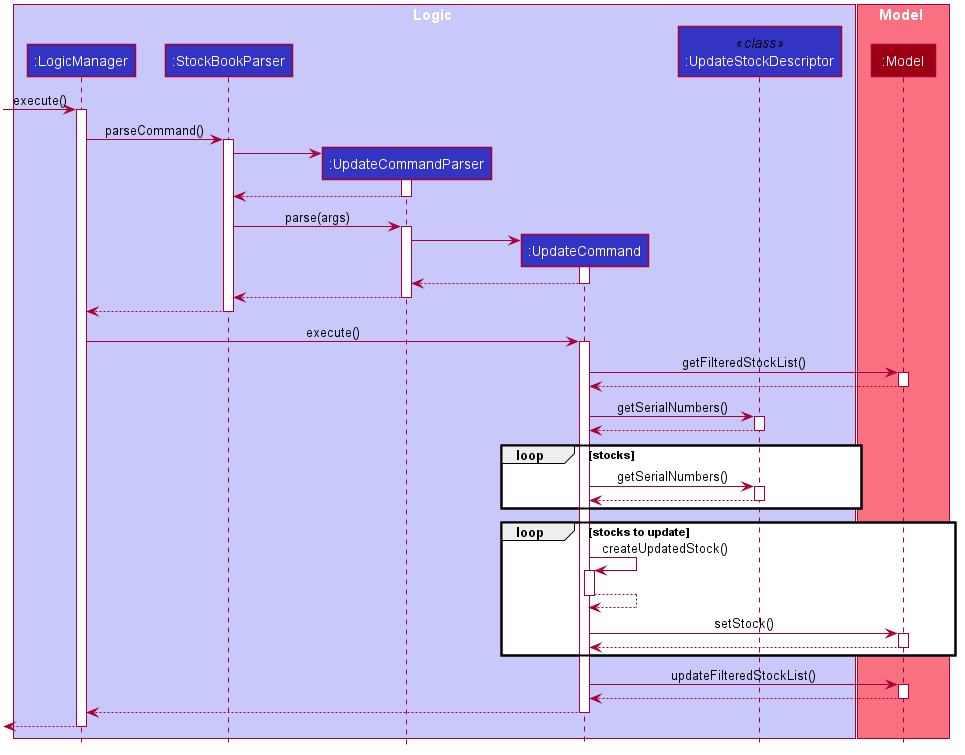
nus-cs2103-AY2021S1/tp keeps this PlantUML diagram as docs/images/UpdateSequenceDiagramExample1.png. Above is the earlier version. The source it was exported from:
```plantuml
@startuml








skinparam BackgroundColor #FFFFFFF

skinparam Shadowing false

skinparam Class {
    FontColor #FFFFFF
    BorderThickness 1
    BorderColor #FFFFFF
    StereotypeFontColor #FFFFFF
    FontName Arial
}

skinparam Actor {
    BorderColor #000000
    Color #000000
    FontName Arial
}

skinparam Sequence {
    MessageAlign center
    BoxFontSize 15
    BoxPadding 0
    BoxFontColor #FFFFFF
    FontName Arial
}

skinparam Participant {
    FontColor #FFFFFFF
    Padding 20
}

skinparam MinClassWidth 50
skinparam ParticipantPadding 10
skinparam Shadowing false
skinparam DefaultTextAlignment center
skinparam packageStyle Rectangle

hide footbox
hide members
hide circle

box Logic #C8C8FA
participant ":LogicManager" as LogicManager #3333C4
participant ":StockBookParser" as StockBookParser #3333C4
participant ":UpdateCommandParser" as UpdateCommandParser #3333C4
participant ":UpdateCommand" as UpdateCommand #3333C4
participant ":UpdateStockDescriptor" as UpdateStockDescriptor << class >> #3333C4
end box

box Model #F97181
participant ":Model" as Model #9D0012
end box

[-> LogicManager : execute()
activate LogicManager

LogicManager -> StockBookParser : parseCommand()
activate StockBookParser

create UpdateCommandParser
StockBookParser -> UpdateCommandParser
activate UpdateCommandParser

UpdateCommandParser --> StockBookParser
deactivate UpdateCommandParser

StockBookParser -> UpdateCommandParser : parse(args)
activate UpdateCommandParser

create UpdateCommand
UpdateCommandParser -> UpdateCommand
activate UpdateCommand

UpdateCommand --> UpdateCommandParser
deactivate UpdateCommand

UpdateCommandParser --> StockBookParser
deactivate UpdateCommandParser

StockBookParser --> LogicManager
deactivate StockBookParser

LogicManager -> UpdateCommand : execute()
activate UpdateCommand

UpdateCommand -> Model : getFilteredStockList()
activate Model

Model --> UpdateCommand
deactivate Model

UpdateCommand -> UpdateStockDescriptor : getSerialNumbers()
activate UpdateStockDescriptor

UpdateStockDescriptor --> UpdateCommand
deactivate UpdateStockDescriptor

loop stocks
    UpdateCommand -> UpdateStockDescriptor : getSerialNumbers()
    activate UpdateStockDescriptor

    UpdateStockDescriptor --> UpdateCommand
    deactivate UpdateStockDescriptor
end

loop stocks to update
    UpdateCommand -> UpdateCommand : createUpdatedStock()
    activate UpdateCommand

    UpdateCommand --> UpdateCommand
    deactivate UpdateCommand

    UpdateCommand -> Model : setStock()
    activate Model

    Model --> UpdateCommand
    deactivate Model
end

UpdateCommand -> Model : updateFilteredStockList()
activate Model

Model --> UpdateCommand
deactivate Model

UpdateCommand --> LogicManager
deactivate UpdateCommand

[<--LogicManager
deactivate LogicManager
@enduml
```
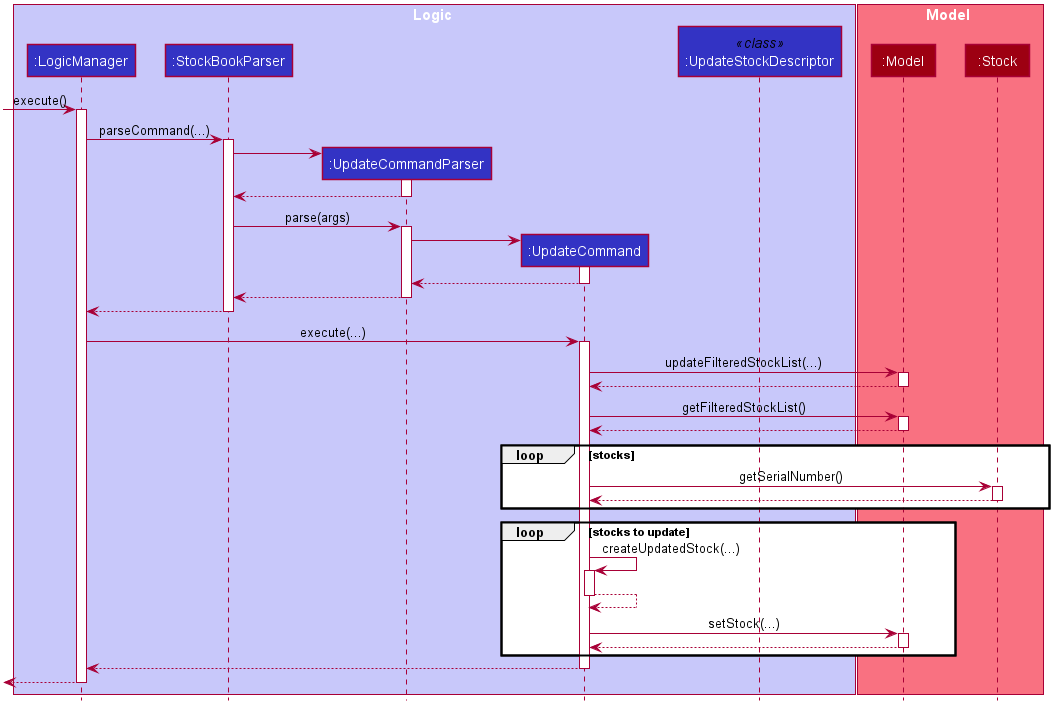
Above is the later version.

Commit message:
Add update activity diagram

What changed in the source:
```diff
@@ -58,12 +58,13 @@
 
 box Model #F97181
 participant ":Model" as Model #9D0012
+participant ":Stock" as Stock #9D0012
 end box
 
 [-> LogicManager : execute()
 activate LogicManager
 
-LogicManager -> StockBookParser : parseCommand()
+LogicManager -> StockBookParser : parseCommand(...)
 activate StockBookParser
 
 create UpdateCommandParser
@@ -89,8 +90,14 @@
 StockBookParser --> LogicManager
 deactivate StockBookParser
 
-LogicManager -> UpdateCommand : execute()
+LogicManager -> UpdateCommand : execute(...)
 activate UpdateCommand
+
+UpdateCommand -> Model : updateFilteredStockList(...)
+activate Model
+
+Model --> UpdateCommand
+deactivate Model
 
 UpdateCommand -> Model : getFilteredStockList()
 activate Model
@@ -98,39 +105,27 @@
 Model --> UpdateCommand
 deactivate Model
 
-UpdateCommand -> UpdateStockDescriptor : getSerialNumbers()
-activate UpdateStockDescriptor
+loop stocks
+    UpdateCommand -> Stock : getSerialNumber()
+    activate Stock
 
-UpdateStockDescriptor --> UpdateCommand
-deactivate UpdateStockDescriptor
-
-loop stocks
-    UpdateCommand -> UpdateStockDescriptor : getSerialNumbers()
-    activate UpdateStockDescriptor
-
-    UpdateStockDescriptor --> UpdateCommand
-    deactivate UpdateStockDescriptor
+    Stock --> UpdateCommand
+    deactivate Stock
 end
 
 loop stocks to update
-    UpdateCommand -> UpdateCommand : createUpdatedStock()
+    UpdateCommand -> UpdateCommand : createUpdatedStock(...)
     activate UpdateCommand
 
     UpdateCommand --> UpdateCommand
     deactivate UpdateCommand
 
-    UpdateCommand -> Model : setStock()
+    UpdateCommand -> Model : setStock(...)
     activate Model
 
     Model --> UpdateCommand
     deactivate Model
 end
-
-UpdateCommand -> Model : updateFilteredStockList()
-activate Model
-
-Model --> UpdateCommand
-deactivate Model
 
 UpdateCommand --> LogicManager
 deactivate UpdateCommand
```
